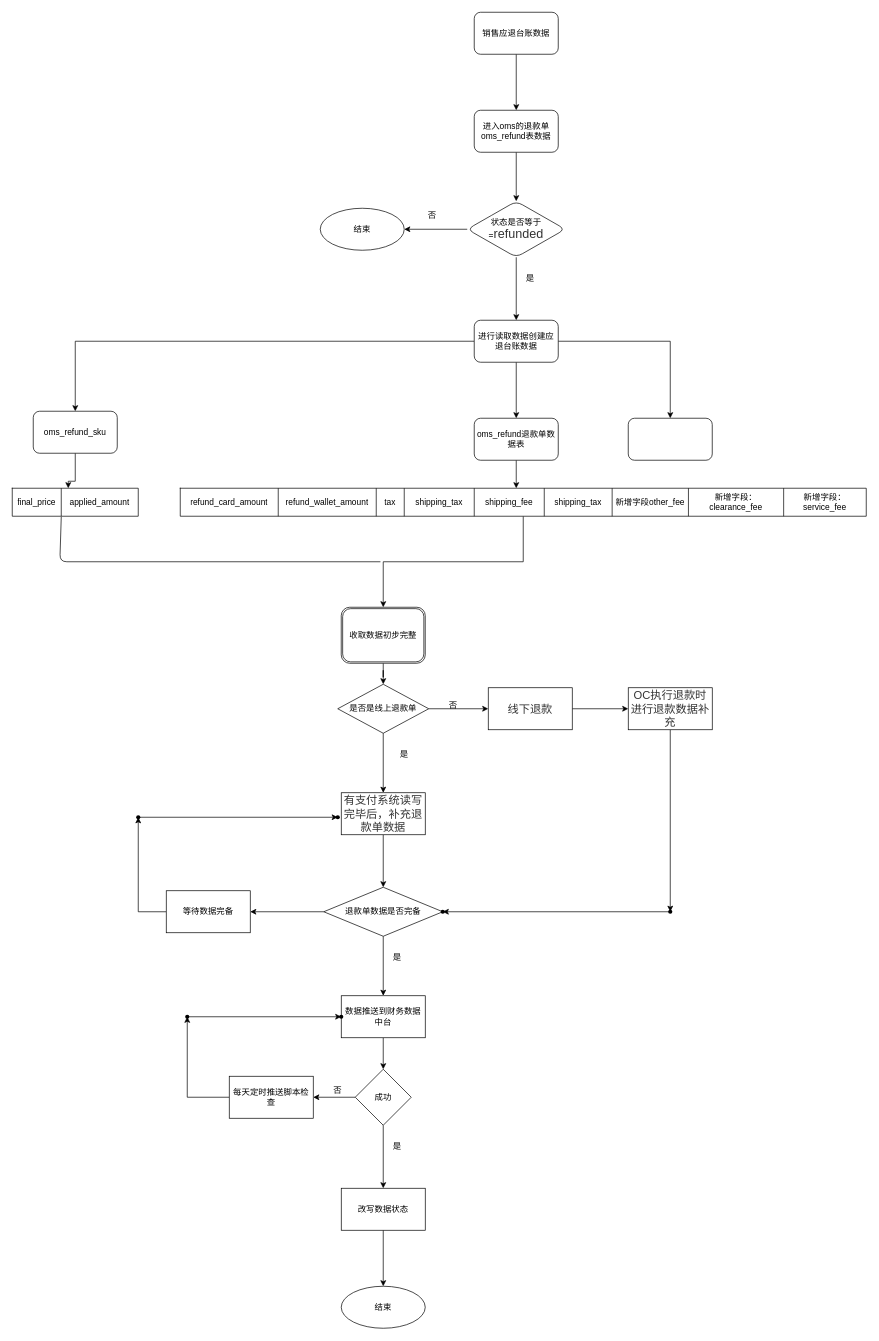
This is Untitled Diagram.drawio from longphp1/laravel-ab, a draw.io file, before an edit. Source tidied: cells renumbered, new cells numbered last; positions are measured from the earlier drawing's top-left corner, leaving out a move shared by most shapes. Both pictures are drawn from the tidied source at 70%, with x=0, y=0 at pixel (12, 12).
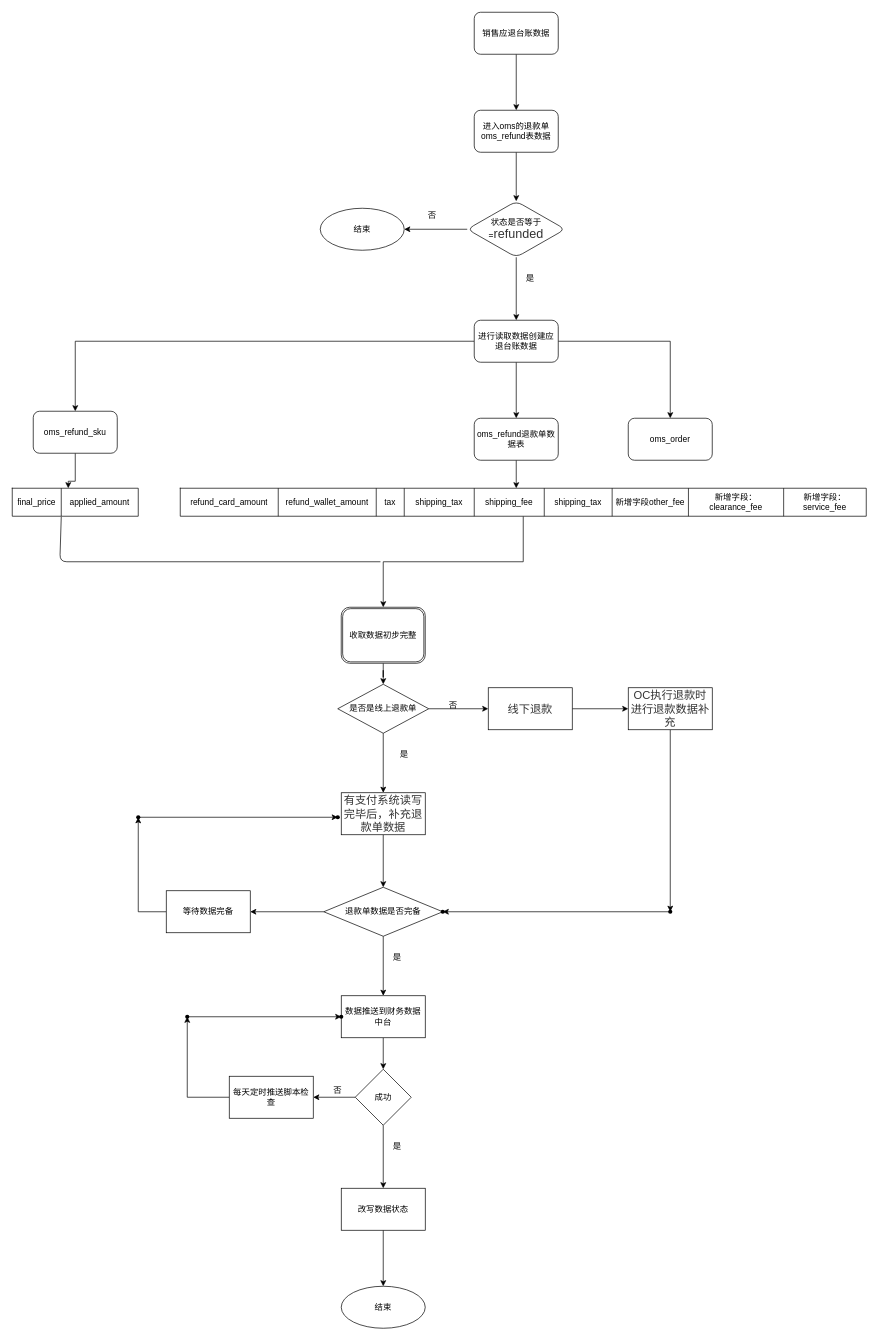
After the change.

Diff of the diagram source:
```diff
@@
-    <mxCell id="18" style="whiteSpace=wrap;html=1;rounded=1;" parent="1" vertex="1">
+    <mxCell id="18" value="oms_order" style="whiteSpace=wrap;html=1;rounded=1;" parent="1" vertex="1">
       <mxGeometry x="880" y="580" width="120" height="60" as="geometry" />
     </mxCell>
```
